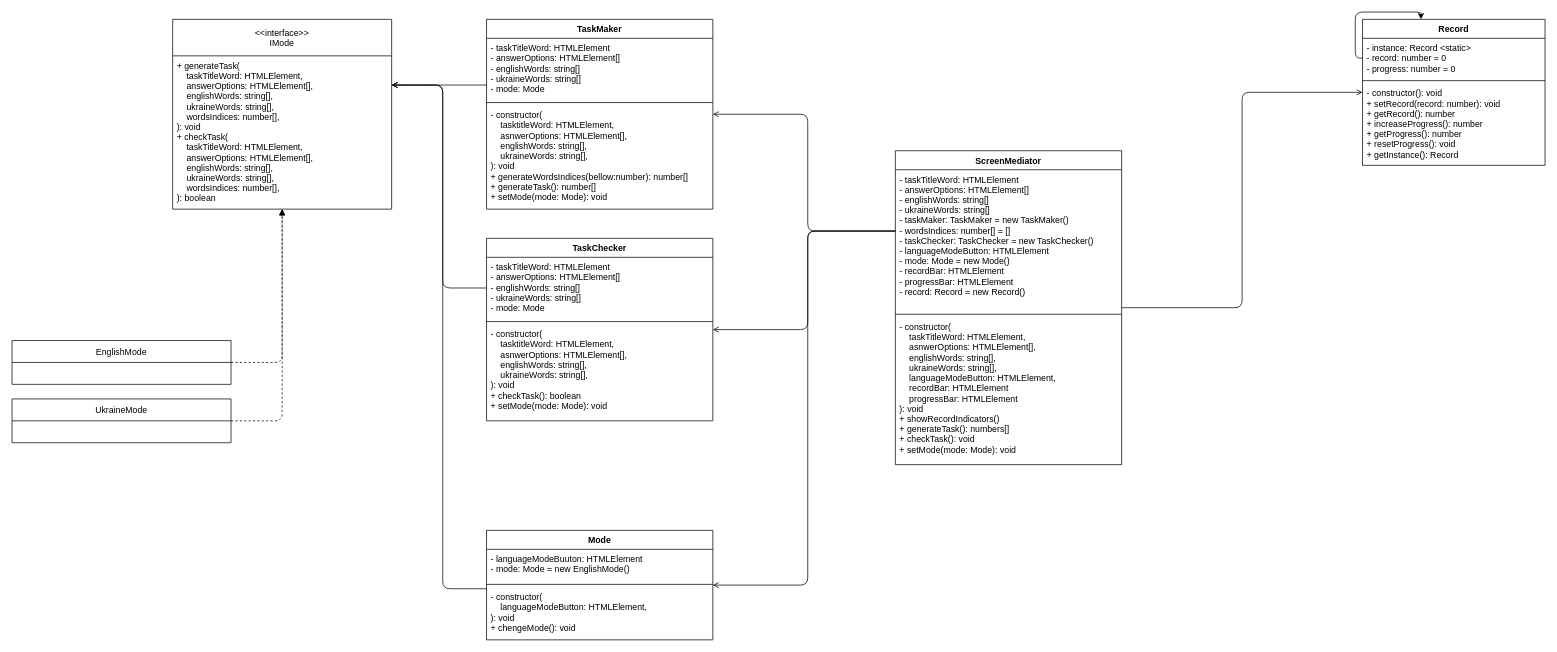
Dmytriy-OL/DesignPaternsLab6 keeps this draw.io diagram as diagrams/classes-diagram.dio. Above is the earlier version. Source tidied: cells renumbered, new cells numbered last; positions are measured from the earlier drawing's top-left corner, leaving out a move shared by most shapes. Both pictures are drawn from the tidied source at 73%, with x=0, y=0 at pixel (12, 12).
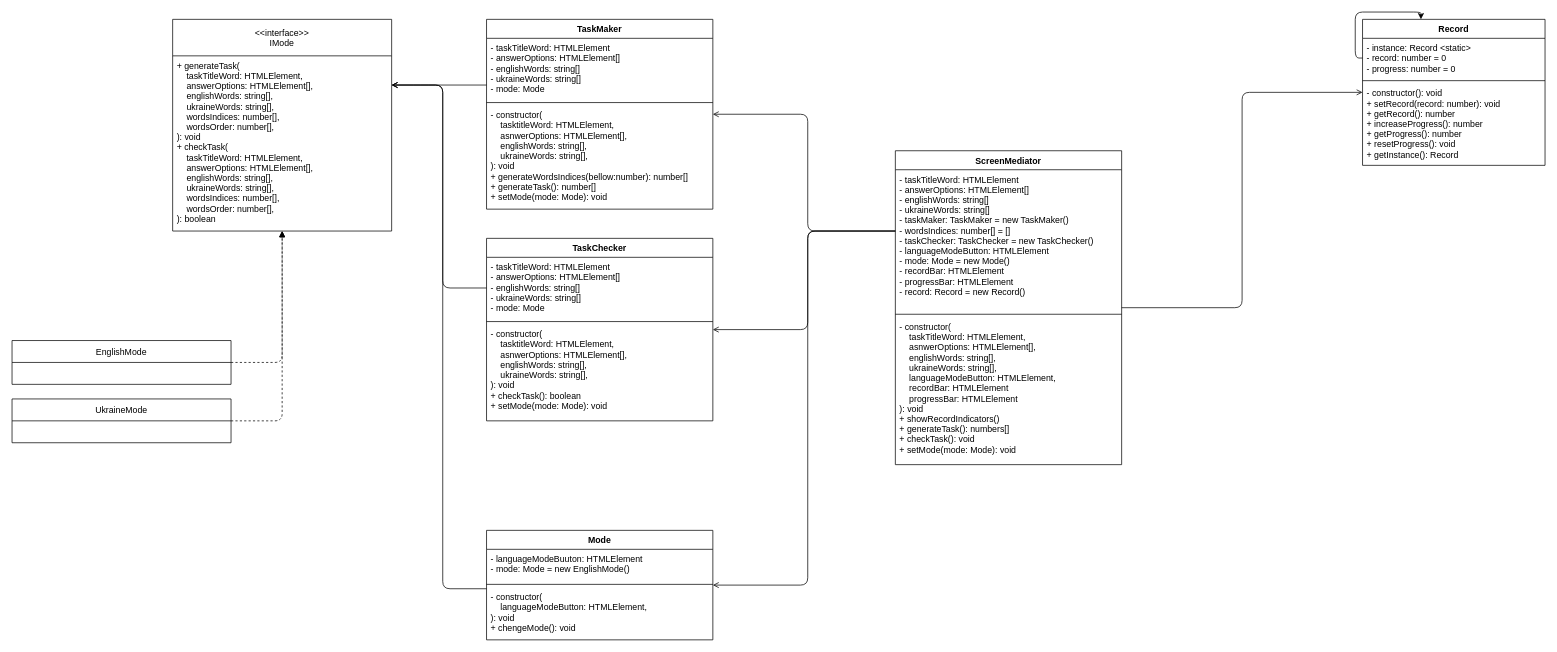
Above is the later version.

Change to the diagram source:
```diff
@@
     <mxCell id="11" value="&lt;&lt;interface&gt;&gt;&#10;IMode" style="swimlane;fontStyle=0;horizontal=1;startSize=50;fillColor=none;" parent="1" vertex="1">
-      <mxGeometry x="220" y="10" width="300" height="260" as="geometry" />
+      <mxGeometry x="220" y="10" width="300" height="290" as="geometry" />
     </mxCell>
-    <mxCell id="12" value="+ generateTask(&#10;    taskTitleWord: HTMLElement,&#10;    answerOptions: HTMLElement[],&#10;    englishWords: string[],&#10;    ukraineWords: string[],&#10;    wordsIndices: number[],&#10;): void&#10;+ checkTask(&#10;    taskTitleWord: HTMLElement,&#10;    answerOptions: HTMLElement[],&#10;    englishWords: string[],&#10;    ukraineWords: string[],&#10;    wordsIndices: number[],&#10;): boolean" style="text;strokeColor=none;fillColor=none;align=left;verticalAlign=top;spacingLeft=4;spacingRight=4;overflow=hidden;" parent="11" vertex="1">
-      <mxGeometry y="50" width="300" height="210" as="geometry" />
+    <mxCell id="12" value="+ generateTask(&#10;    taskTitleWord: HTMLElement,&#10;    answerOptions: HTMLElement[],&#10;    englishWords: string[],&#10;    ukraineWords: string[],&#10;    wordsIndices: number[],&#10;    wordsOrder: number[],&#10;): void&#10;+ checkTask(&#10;    taskTitleWord: HTMLElement,&#10;    answerOptions: HTMLElement[],&#10;    englishWords: string[],&#10;    ukraineWords: string[],&#10;    wordsIndices: number[],&#10;    wordsOrder: number[],&#10;): boolean" style="text;strokeColor=none;fillColor=none;align=left;verticalAlign=top;spacingLeft=4;spacingRight=4;overflow=hidden;" parent="11" vertex="1">
+      <mxGeometry y="50" width="300" height="240" as="geometry" />
     </mxCell>
```
